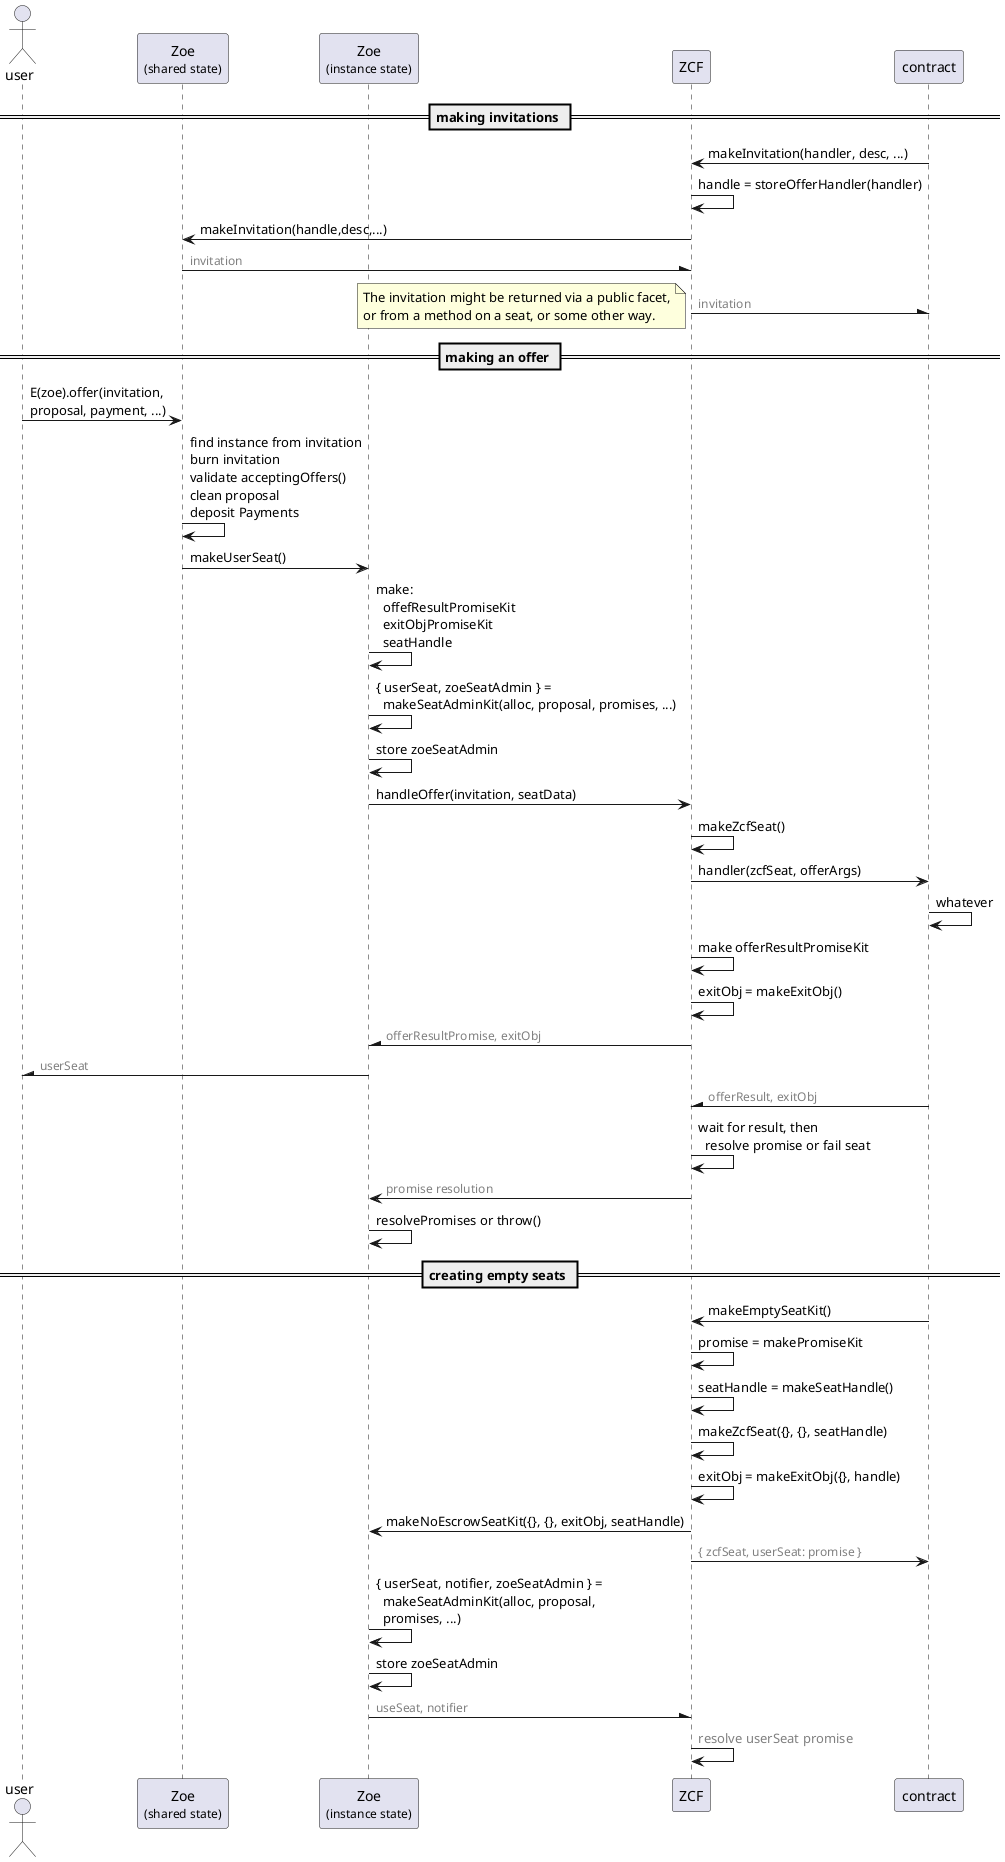
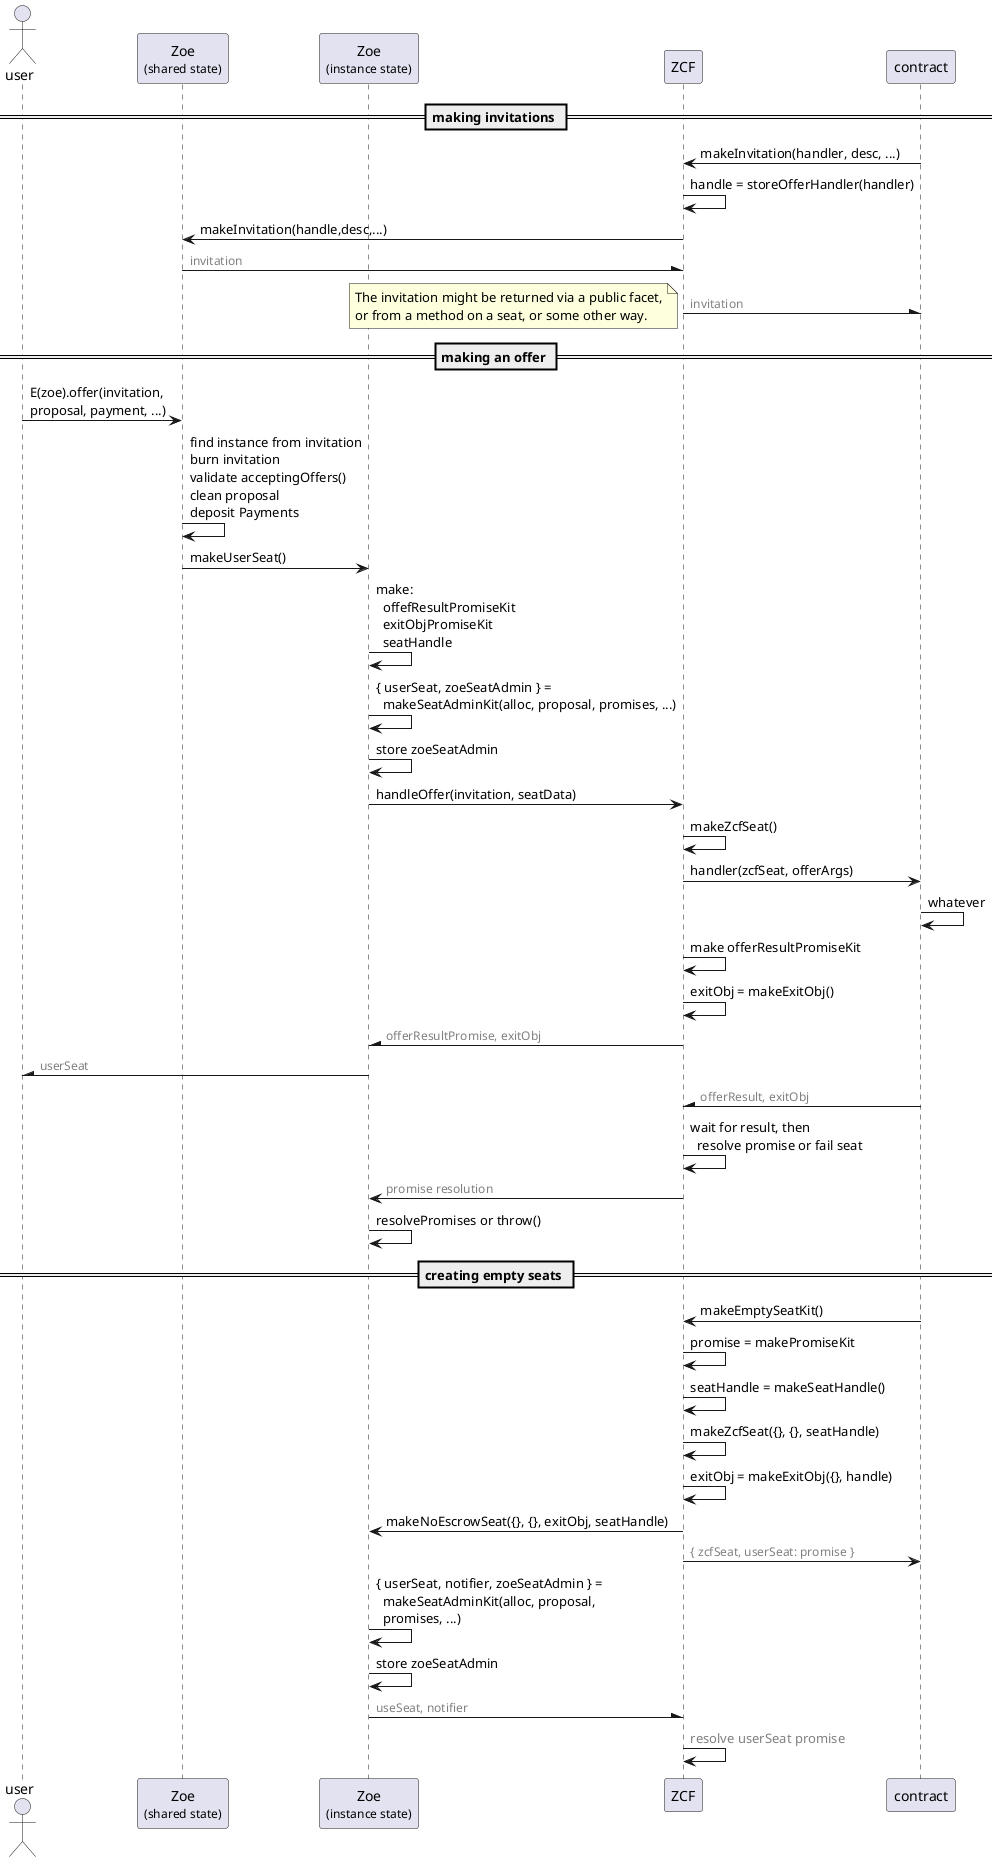
@startuml Zoe/ZCF: Invitations, Offers, Seats

actor user
participant "Zoe\n<size:12>(shared state)" as Zoe
participant "Zoe\n<size:12>(instance state)" as ZoeInstance
participant ZCF
participant contract

== making invitations ==

contract -> ZCF : makeInvitation(handler, desc, ...)
ZCF -> ZCF : handle = storeOfferHandler(handler)
ZCF -> Zoe : makeInvitation(handle,desc,...)
ZCF /- Zoe : <font color=gray><size:12>invitation
contract /- ZCF : <font color=gray><size:12>invitation
note bottom
The invitation might be returned via a public facet,
or from a method on a seat, or some other way.
end note

== making an offer ==

user -> Zoe : E(zoe).offer(invitation,\nproposal, payment, ...)
Zoe -> Zoe : find instance from invitation\nburn invitation\nvalidate acceptingOffers()\nclean proposal\ndeposit Payments
Zoe -> ZoeInstance : makeUserSeat()
ZoeInstance -> ZoeInstance :make:\n  offefResultPromiseKit\n  exitObjPromiseKit\n  seatHandle
ZoeInstance -> ZoeInstance : { userSeat, zoeSeatAdmin } =\n  makeSeatAdminKit(alloc, proposal, promises, ...)
ZoeInstance -> ZoeInstance : store zoeSeatAdmin
ZoeInstance -> ZCF : handleOffer(invitation, seatData)
ZCF -> ZCF : makeZcfSeat()
ZCF -> contract : handler(zcfSeat, offerArgs)
contract -> contract : whatever
ZCF -> ZCF : make offerResultPromiseKit
ZCF -> ZCF : exitObj = makeExitObj()
ZoeInstance /- ZCF : <font color=gray><size:12>offerResultPromise, exitObj
user /- ZoeInstance : <font color=gray><size:12>userSeat
ZCF /- contract : <font color=gray><size:12>offerResult, exitObj
ZCF -> ZCF : wait for result, then\n  resolve promise or fail seat
ZCF -> ZoeInstance : <font color=gray><size:12>promise resolution
ZoeInstance -> ZoeInstance : resolvePromises or throw()

== creating empty seats ==

contract -> ZCF : makeEmptySeatKit()
ZCF -> ZCF : promise = makePromiseKit
ZCF -> ZCF : seatHandle = makeSeatHandle()
ZCF -> ZCF : makeZcfSeat({}, {}, seatHandle)
ZCF -> ZCF : exitObj = makeExitObj({}, handle)
- ZCF -> ZoeInstance : makeNoEscrowSeatKit({}, {}, exitObj, seatHandle)
+ ZCF -> ZoeInstance : makeNoEscrowSeat({}, {}, exitObj, seatHandle)
ZCF -> contract : <font color=gray><size:12>{ zcfSeat, userSeat: promise }
ZoeInstance -> ZoeInstance : { userSeat, notifier, zoeSeatAdmin } =\n  makeSeatAdminKit(alloc, proposal,\n  promises, ...)
ZoeInstance -> ZoeInstance : store zoeSeatAdmin
ZCF /- ZoeInstance : <font color=gray><size:12>useSeat, notifier
ZCF -> ZCF : <font color=gray>resolve userSeat promise

@enduml